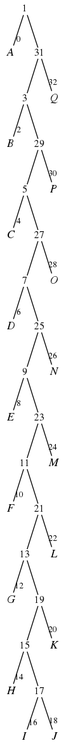
Earlier version of the Graphviz export vtree.png (hugopaquet/mcmas-sdds). Its source is kept beside it as vtree.dot. The source it was exported from:
```dot
digraph vtree {

overlap=false

n1 [label="1",fontname="Times",shape="plaintext",fontsize=12,fixedsize=true,width=.2,height=.18];
n0 [label="A",fontname="Times-Italic",fontsize=14,shape="plaintext",fixedsize=true,width=.25,height=.25];
n31 [label="31",fontname="Times",shape="plaintext",fontsize=12,fixedsize=true,width=.2,height=.18];
n3 [label="3",fontname="Times",shape="plaintext",fontsize=12,fixedsize=true,width=.2,height=.18];
n2 [label="B",fontname="Times-Italic",fontsize=14,shape="plaintext",fixedsize=true,width=.25,height=.25];
n29 [label="29",fontname="Times",shape="plaintext",fontsize=12,fixedsize=true,width=.2,height=.18];
n5 [label="5",fontname="Times",shape="plaintext",fontsize=12,fixedsize=true,width=.2,height=.18];
n4 [label="C",fontname="Times-Italic",fontsize=14,shape="plaintext",fixedsize=true,width=.25,height=.25];
n27 [label="27",fontname="Times",shape="plaintext",fontsize=12,fixedsize=true,width=.2,height=.18];
n7 [label="7",fontname="Times",shape="plaintext",fontsize=12,fixedsize=true,width=.2,height=.18];
n6 [label="D",fontname="Times-Italic",fontsize=14,shape="plaintext",fixedsize=true,width=.25,height=.25];
n25 [label="25",fontname="Times",shape="plaintext",fontsize=12,fixedsize=true,width=.2,height=.18];
n9 [label="9",fontname="Times",shape="plaintext",fontsize=12,fixedsize=true,width=.2,height=.18];
n8 [label="E",fontname="Times-Italic",fontsize=14,shape="plaintext",fixedsize=true,width=.25,height=.25];
n23 [label="23",fontname="Times",shape="plaintext",fontsize=12,fixedsize=true,width=.2,height=.18];
n11 [label="11",fontname="Times",shape="plaintext",fontsize=12,fixedsize=true,width=.2,height=.18];
n10 [label="F",fontname="Times-Italic",fontsize=14,shape="plaintext",fixedsize=true,width=.25,height=.25];
n21 [label="21",fontname="Times",shape="plaintext",fontsize=12,fixedsize=true,width=.2,height=.18];
n13 [label="13",fontname="Times",shape="plaintext",fontsize=12,fixedsize=true,width=.2,height=.18];
n12 [label="G",fontname="Times-Italic",fontsize=14,shape="plaintext",fixedsize=true,width=.25,height=.25];
n19 [label="19",fontname="Times",shape="plaintext",fontsize=12,fixedsize=true,width=.2,height=.18];
n15 [label="15",fontname="Times",shape="plaintext",fontsize=12,fixedsize=true,width=.2,height=.18];
n14 [label="H",fontname="Times-Italic",fontsize=14,shape="plaintext",fixedsize=true,width=.25,height=.25];
n17 [label="17",fontname="Times",shape="plaintext",fontsize=12,fixedsize=true,width=.2,height=.18];
n16 [label="I",fontname="Times-Italic",fontsize=14,shape="plaintext",fixedsize=true,width=.25,height=.25];
n18 [label="J",fontname="Times-Italic",fontsize=14,shape="plaintext",fixedsize=true,width=.25,height=.25];
n20 [label="K",fontname="Times-Italic",fontsize=14,shape="plaintext",fixedsize=true,width=.25,height=.25];
n22 [label="L",fontname="Times-Italic",fontsize=14,shape="plaintext",fixedsize=true,width=.25,height=.25];
n24 [label="M",fontname="Times-Italic",fontsize=14,shape="plaintext",fixedsize=true,width=.25,height=.25];
n26 [label="N",fontname="Times-Italic",fontsize=14,shape="plaintext",fixedsize=true,width=.25,height=.25];
n28 [label="O",fontname="Times-Italic",fontsize=14,shape="plaintext",fixedsize=true,width=.25,height=.25];
n30 [label="P",fontname="Times-Italic",fontsize=14,shape="plaintext",fixedsize=true,width=.25,height=.25];
n32 [label="Q",fontname="Times-Italic",fontsize=14,shape="plaintext",fixedsize=true,width=.25,height=.25];
n1->n0 [headclip=true,arrowhead=none,headlabel="0",labelfontname="Times",labelfontsize=10];
n1->n31 [arrowhead=none];
n31->n3 [arrowhead=none];
n3->n2 [headclip=true,arrowhead=none,headlabel="2",labelfontname="Times",labelfontsize=10];
n3->n29 [arrowhead=none];
n29->n5 [arrowhead=none];
n5->n4 [headclip=true,arrowhead=none,headlabel="4",labelfontname="Times",labelfontsize=10];
n5->n27 [arrowhead=none];
n27->n7 [arrowhead=none];
n7->n6 [headclip=true,arrowhead=none,headlabel="6",labelfontname="Times",labelfontsize=10];
n7->n25 [arrowhead=none];
n25->n9 [arrowhead=none];
n9->n8 [headclip=true,arrowhead=none,headlabel="8",labelfontname="Times",labelfontsize=10];
n9->n23 [arrowhead=none];
n23->n11 [arrowhead=none];
n11->n10 [headclip=true,arrowhead=none,headlabel="10",labelfontname="Times",labelfontsize=10];
n11->n21 [arrowhead=none];
n21->n13 [arrowhead=none];
n13->n12 [headclip=true,arrowhead=none,headlabel="12",labelfontname="Times",labelfontsize=10];
n13->n19 [arrowhead=none];
n19->n15 [arrowhead=none];
n15->n14 [headclip=true,arrowhead=none,headlabel="14",labelfontname="Times",labelfontsize=10];
n15->n17 [arrowhead=none];
n17->n16 [headclip=true,arrowhead=none,headlabel="16",labelfontname="Times",labelfontsize=10];
n17->n18 [headclip=true,arrowhead=none,headlabel="18",labelfontname="Times",labelfontsize=10];
n19->n20 [headclip=true,arrowhead=none,headlabel="20",labelfontname="Times",labelfontsize=10];
n21->n22 [headclip=true,arrowhead=none,headlabel="22",labelfontname="Times",labelfontsize=10];
n23->n24 [headclip=true,arrowhead=none,headlabel="24",labelfontname="Times",labelfontsize=10];
n25->n26 [headclip=true,arrowhead=none,headlabel="26",labelfontname="Times",labelfontsize=10];
n27->n28 [headclip=true,arrowhead=none,headlabel="28",labelfontname="Times",labelfontsize=10];
n29->n30 [headclip=true,arrowhead=none,headlabel="30",labelfontname="Times",labelfontsize=10];
n31->n32 [headclip=true,arrowhead=none,headlabel="32",labelfontname="Times",labelfontsize=10];


}
```
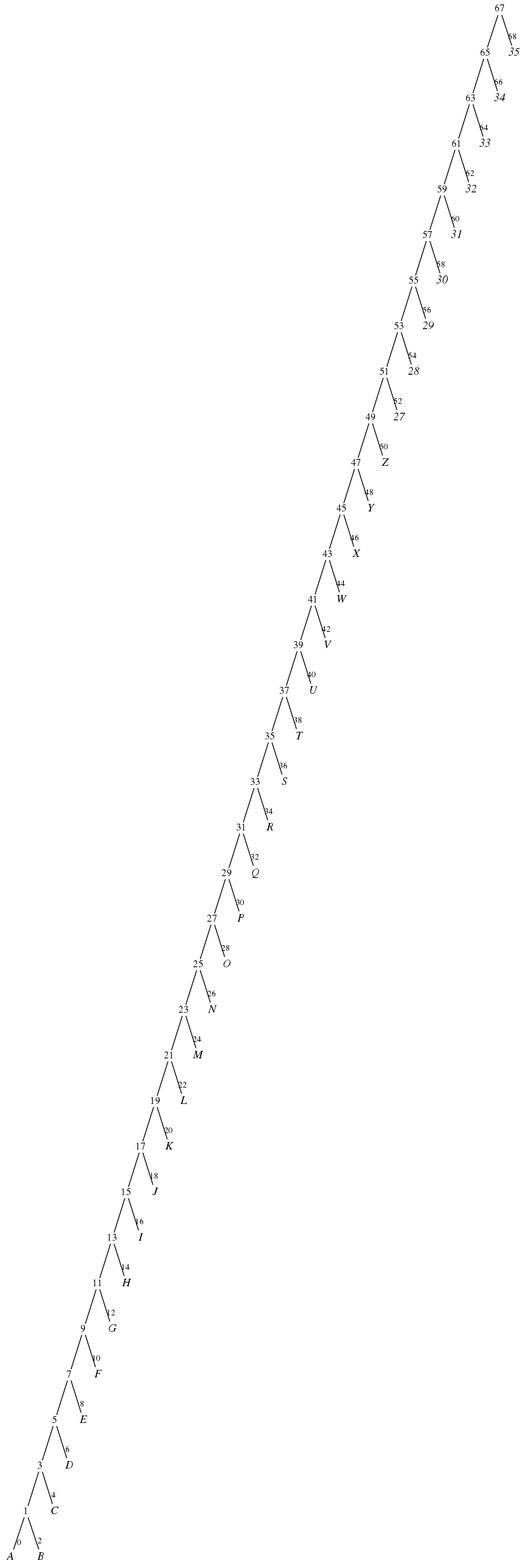
Later version of the same file.

The edit, as a diff of the source:
```diff
@@ -4,69 +4,181 @@
 
 n1 [label="1",fontname="Times",shape="plaintext",fontsize=12,fixedsize=true,width=.2,height=.18];
 n0 [label="A",fontname="Times-Italic",fontsize=14,shape="plaintext",fixedsize=true,width=.25,height=.25];
-n31 [label="31",fontname="Times",shape="plaintext",fontsize=12,fixedsize=true,width=.2,height=.18];
 n3 [label="3",fontname="Times",shape="plaintext",fontsize=12,fixedsize=true,width=.2,height=.18];
 n2 [label="B",fontname="Times-Italic",fontsize=14,shape="plaintext",fixedsize=true,width=.25,height=.25];
-n29 [label="29",fontname="Times",shape="plaintext",fontsize=12,fixedsize=true,width=.2,height=.18];
 n5 [label="5",fontname="Times",shape="plaintext",fontsize=12,fixedsize=true,width=.2,height=.18];
 n4 [label="C",fontname="Times-Italic",fontsize=14,shape="plaintext",fixedsize=true,width=.25,height=.25];
-n27 [label="27",fontname="Times",shape="plaintext",fontsize=12,fixedsize=true,width=.2,height=.18];
 n7 [label="7",fontname="Times",shape="plaintext",fontsize=12,fixedsize=true,width=.2,height=.18];
 n6 [label="D",fontname="Times-Italic",fontsize=14,shape="plaintext",fixedsize=true,width=.25,height=.25];
-n25 [label="25",fontname="Times",shape="plaintext",fontsize=12,fixedsize=true,width=.2,height=.18];
 n9 [label="9",fontname="Times",shape="plaintext",fontsize=12,fixedsize=true,width=.2,height=.18];
 n8 [label="E",fontname="Times-Italic",fontsize=14,shape="plaintext",fixedsize=true,width=.25,height=.25];
-n23 [label="23",fontname="Times",shape="plaintext",fontsize=12,fixedsize=true,width=.2,height=.18];
 n11 [label="11",fontname="Times",shape="plaintext",fontsize=12,fixedsize=true,width=.2,height=.18];
 n10 [label="F",fontname="Times-Italic",fontsize=14,shape="plaintext",fixedsize=true,width=.25,height=.25];
-n21 [label="21",fontname="Times",shape="plaintext",fontsize=12,fixedsize=true,width=.2,height=.18];
 n13 [label="13",fontname="Times",shape="plaintext",fontsize=12,fixedsize=true,width=.2,height=.18];
 n12 [label="G",fontname="Times-Italic",fontsize=14,shape="plaintext",fixedsize=true,width=.25,height=.25];
-n19 [label="19",fontname="Times",shape="plaintext",fontsize=12,fixedsize=true,width=.2,height=.18];
 n15 [label="15",fontname="Times",shape="plaintext",fontsize=12,fixedsize=true,width=.2,height=.18];
 n14 [label="H",fontname="Times-Italic",fontsize=14,shape="plaintext",fixedsize=true,width=.25,height=.25];
 n17 [label="17",fontname="Times",shape="plaintext",fontsize=12,fixedsize=true,width=.2,height=.18];
 n16 [label="I",fontname="Times-Italic",fontsize=14,shape="plaintext",fixedsize=true,width=.25,height=.25];
+n19 [label="19",fontname="Times",shape="plaintext",fontsize=12,fixedsize=true,width=.2,height=.18];
 n18 [label="J",fontname="Times-Italic",fontsize=14,shape="plaintext",fixedsize=true,width=.25,height=.25];
+n21 [label="21",fontname="Times",shape="plaintext",fontsize=12,fixedsize=true,width=.2,height=.18];
 n20 [label="K",fontname="Times-Italic",fontsize=14,shape="plaintext",fixedsize=true,width=.25,height=.25];
+n23 [label="23",fontname="Times",shape="plaintext",fontsize=12,fixedsize=true,width=.2,height=.18];
 n22 [label="L",fontname="Times-Italic",fontsize=14,shape="plaintext",fixedsize=true,width=.25,height=.25];
+n25 [label="25",fontname="Times",shape="plaintext",fontsize=12,fixedsize=true,width=.2,height=.18];
 n24 [label="M",fontname="Times-Italic",fontsize=14,shape="plaintext",fixedsize=true,width=.25,height=.25];
+n27 [label="27",fontname="Times",shape="plaintext",fontsize=12,fixedsize=true,width=.2,height=.18];
 n26 [label="N",fontname="Times-Italic",fontsize=14,shape="plaintext",fixedsize=true,width=.25,height=.25];
+n29 [label="29",fontname="Times",shape="plaintext",fontsize=12,fixedsize=true,width=.2,height=.18];
 n28 [label="O",fontname="Times-Italic",fontsize=14,shape="plaintext",fixedsize=true,width=.25,height=.25];
+n31 [label="31",fontname="Times",shape="plaintext",fontsize=12,fixedsize=true,width=.2,height=.18];
 n30 [label="P",fontname="Times-Italic",fontsize=14,shape="plaintext",fixedsize=true,width=.25,height=.25];
+n33 [label="33",fontname="Times",shape="plaintext",fontsize=12,fixedsize=true,width=.2,height=.18];
 n32 [label="Q",fontname="Times-Italic",fontsize=14,shape="plaintext",fixedsize=true,width=.25,height=.25];
+n35 [label="35",fontname="Times",shape="plaintext",fontsize=12,fixedsize=true,width=.2,height=.18];
+n34 [label="R",fontname="Times-Italic",fontsize=14,shape="plaintext",fixedsize=true,width=.25,height=.25];
+n37 [label="37",fontname="Times",shape="plaintext",fontsize=12,fixedsize=true,width=.2,height=.18];
+n36 [label="S",fontname="Times-Italic",fontsize=14,shape="plaintext",fixedsize=true,width=.25,height=.25];
+n39 [label="39",fontname="Times",shape="plaintext",fontsize=12,fixedsize=true,width=.2,height=.18];
+n38 [label="T",fontname="Times-Italic",fontsize=14,shape="plaintext",fixedsize=true,width=.25,height=.25];
+n41 [label="41",fontname="Times",shape="plaintext",fontsize=12,fixedsize=true,width=.2,height=.18];
+n40 [label="U",fontname="Times-Italic",fontsize=14,shape="plaintext",fixedsize=true,width=.25,height=.25];
+n43 [label="43",fontname="Times",shape="plaintext",fontsize=12,fixedsize=true,width=.2,height=.18];
+n42 [label="V",fontname="Times-Italic",fontsize=14,shape="plaintext",fixedsize=true,width=.25,height=.25];
+n45 [label="45",fontname="Times",shape="plaintext",fontsize=12,fixedsize=true,width=.2,height=.18];
+n44 [label="W",fontname="Times-Italic",fontsize=14,shape="plaintext",fixedsize=true,width=.25,height=.25];
+n47 [label="47",fontname="Times",shape="plaintext",fontsize=12,fixedsize=true,width=.2,height=.18];
+n46 [label="X",fontname="Times-Italic",fontsize=14,shape="plaintext",fixedsize=true,width=.25,height=.25];
+n49 [label="49",fontname="Times",shape="plaintext",fontsize=12,fixedsize=true,width=.2,height=.18];
+n48 [label="Y",fontname="Times-Italic",fontsize=14,shape="plaintext",fixedsize=true,width=.25,height=.25];
+n51 [label="51",fontname="Times",shape="plaintext",fontsize=12,fixedsize=true,width=.2,height=.18];
+n50 [label="Z",fontname="Times-Italic",fontsize=14,shape="plaintext",fixedsize=true,width=.25,height=.25];
+n53 [label="53",fontname="Times",shape="plaintext",fontsize=12,fixedsize=true,width=.2,height=.18];
+n52 [label="27",fontname="Times-Italic",fontsize=14,shape="plaintext",fixedsize=true,width=.25,height=.25];
+n55 [label="55",fontname="Times",shape="plaintext",fontsize=12,fixedsize=true,width=.2,height=.18];
+n54 [label="28",fontname="Times-Italic",fontsize=14,shape="plaintext",fixedsize=true,width=.25,height=.25];
+n57 [label="57",fontname="Times",shape="plaintext",fontsize=12,fixedsize=true,width=.2,height=.18];
+n56 [label="29",fontname="Times-Italic",fontsize=14,shape="plaintext",fixedsize=true,width=.25,height=.25];
+n59 [label="59",fontname="Times",shape="plaintext",fontsize=12,fixedsize=true,width=.2,height=.18];
+n58 [label="30",fontname="Times-Italic",fontsize=14,shape="plaintext",fixedsize=true,width=.25,height=.25];
+n61 [label="61",fontname="Times",shape="plaintext",fontsize=12,fixedsize=true,width=.2,height=.18];
+n60 [label="31",fontname="Times-Italic",fontsize=14,shape="plaintext",fixedsize=true,width=.25,height=.25];
+n63 [label="63",fontname="Times",shape="plaintext",fontsize=12,fixedsize=true,width=.2,height=.18];
+n62 [label="32",fontname="Times-Italic",fontsize=14,shape="plaintext",fixedsize=true,width=.25,height=.25];
+n65 [label="65",fontname="Times",shape="plaintext",fontsize=12,fixedsize=true,width=.2,height=.18];
+n64 [label="33",fontname="Times-Italic",fontsize=14,shape="plaintext",fixedsize=true,width=.25,height=.25];
+n67 [label="67",fontname="Times",shape="plaintext",fontsize=12,fixedsize=true,width=.2,height=.18];
+n66 [label="34",fontname="Times-Italic",fontsize=14,shape="plaintext",fixedsize=true,width=.25,height=.25];
+n69 [label="69",fontname="Times",shape="plaintext",fontsize=12,fixedsize=true,width=.2,height=.18];
+n68 [label="35",fontname="Times-Italic",fontsize=14,shape="plaintext",fixedsize=true,width=.25,height=.25];
+n71 [label="71",fontname="Times",shape="plaintext",fontsize=12,fixedsize=true,width=.2,height=.18];
+n70 [label="36",fontname="Times-Italic",fontsize=14,shape="plaintext",fixedsize=true,width=.25,height=.25];
+n73 [label="73",fontname="Times",shape="plaintext",fontsize=12,fixedsize=true,width=.2,height=.18];
+n72 [label="37",fontname="Times-Italic",fontsize=14,shape="plaintext",fixedsize=true,width=.25,height=.25];
+n75 [label="75",fontname="Times",shape="plaintext",fontsize=12,fixedsize=true,width=.2,height=.18];
+n74 [label="38",fontname="Times-Italic",fontsize=14,shape="plaintext",fixedsize=true,width=.25,height=.25];
+n77 [label="77",fontname="Times",shape="plaintext",fontsize=12,fixedsize=true,width=.2,height=.18];
+n76 [label="39",fontname="Times-Italic",fontsize=14,shape="plaintext",fixedsize=true,width=.25,height=.25];
+n79 [label="79",fontname="Times",shape="plaintext",fontsize=12,fixedsize=true,width=.2,height=.18];
+n78 [label="40",fontname="Times-Italic",fontsize=14,shape="plaintext",fixedsize=true,width=.25,height=.25];
+n81 [label="81",fontname="Times",shape="plaintext",fontsize=12,fixedsize=true,width=.2,height=.18];
+n80 [label="41",fontname="Times-Italic",fontsize=14,shape="plaintext",fixedsize=true,width=.25,height=.25];
+n83 [label="83",fontname="Times",shape="plaintext",fontsize=12,fixedsize=true,width=.2,height=.18];
+n82 [label="42",fontname="Times-Italic",fontsize=14,shape="plaintext",fixedsize=true,width=.25,height=.25];
+n85 [label="85",fontname="Times",shape="plaintext",fontsize=12,fixedsize=true,width=.2,height=.18];
+n84 [label="43",fontname="Times-Italic",fontsize=14,shape="plaintext",fixedsize=true,width=.25,height=.25];
+n87 [label="87",fontname="Times",shape="plaintext",fontsize=12,fixedsize=true,width=.2,height=.18];
+n86 [label="44",fontname="Times-Italic",fontsize=14,shape="plaintext",fixedsize=true,width=.25,height=.25];
+n88 [label="45",fontname="Times-Italic",fontsize=14,shape="plaintext",fixedsize=true,width=.25,height=.25];
 n1->n0 [headclip=true,arrowhead=none,headlabel="0",labelfontname="Times",labelfontsize=10];
-n1->n31 [arrowhead=none];
-n31->n3 [arrowhead=none];
+n1->n3 [arrowhead=none];
 n3->n2 [headclip=true,arrowhead=none,headlabel="2",labelfontname="Times",labelfontsize=10];
-n3->n29 [arrowhead=none];
-n29->n5 [arrowhead=none];
+n3->n5 [arrowhead=none];
 n5->n4 [headclip=true,arrowhead=none,headlabel="4",labelfontname="Times",labelfontsize=10];
-n5->n27 [arrowhead=none];
-n27->n7 [arrowhead=none];
+n5->n7 [arrowhead=none];
 n7->n6 [headclip=true,arrowhead=none,headlabel="6",labelfontname="Times",labelfontsize=10];
-n7->n25 [arrowhead=none];
-n25->n9 [arrowhead=none];
+n7->n9 [arrowhead=none];
 n9->n8 [headclip=true,arrowhead=none,headlabel="8",labelfontname="Times",labelfontsize=10];
-n9->n23 [arrowhead=none];
-n23->n11 [arrowhead=none];
+n9->n11 [arrowhead=none];
 n11->n10 [headclip=true,arrowhead=none,headlabel="10",labelfontname="Times",labelfontsize=10];
-n11->n21 [arrowhead=none];
-n21->n13 [arrowhead=none];
+n11->n13 [arrowhead=none];
 n13->n12 [headclip=true,arrowhead=none,headlabel="12",labelfontname="Times",labelfontsize=10];
-n13->n19 [arrowhead=none];
-n19->n15 [arrowhead=none];
+n13->n15 [arrowhead=none];
 n15->n14 [headclip=true,arrowhead=none,headlabel="14",labelfontname="Times",labelfontsize=10];
 n15->n17 [arrowhead=none];
 n17->n16 [headclip=true,arrowhead=none,headlabel="16",labelfontname="Times",labelfontsize=10];
-n17->n18 [headclip=true,arrowhead=none,headlabel="18",labelfontname="Times",labelfontsize=10];
-n19->n20 [headclip=true,arrowhead=none,headlabel="20",labelfontname="Times",labelfontsize=10];
-n21->n22 [headclip=true,arrowhead=none,headlabel="22",labelfontname="Times",labelfontsize=10];
-n23->n24 [headclip=true,arrowhead=none,headlabel="24",labelfontname="Times",labelfontsize=10];
-n25->n26 [headclip=true,arrowhead=none,headlabel="26",labelfontname="Times",labelfontsize=10];
-n27->n28 [headclip=true,arrowhead=none,headlabel="28",labelfontname="Times",labelfontsize=10];
-n29->n30 [headclip=true,arrowhead=none,headlabel="30",labelfontname="Times",labelfontsize=10];
-n31->n32 [headclip=true,arrowhead=none,headlabel="32",labelfontname="Times",labelfontsize=10];
+n17->n19 [arrowhead=none];
+n19->n18 [headclip=true,arrowhead=none,headlabel="18",labelfontname="Times",labelfontsize=10];
+n19->n21 [arrowhead=none];
+n21->n20 [headclip=true,arrowhead=none,headlabel="20",labelfontname="Times",labelfontsize=10];
+n21->n23 [arrowhead=none];
+n23->n22 [headclip=true,arrowhead=none,headlabel="22",labelfontname="Times",labelfontsize=10];
+n23->n25 [arrowhead=none];
+n25->n24 [headclip=true,arrowhead=none,headlabel="24",labelfontname="Times",labelfontsize=10];
+n25->n27 [arrowhead=none];
+n27->n26 [headclip=true,arrowhead=none,headlabel="26",labelfontname="Times",labelfontsize=10];
+n27->n29 [arrowhead=none];
+n29->n28 [headclip=true,arrowhead=none,headlabel="28",labelfontname="Times",labelfontsize=10];
+n29->n31 [arrowhead=none];
+n31->n30 [headclip=true,arrowhead=none,headlabel="30",labelfontname="Times",labelfontsize=10];
+n31->n33 [arrowhead=none];
+n33->n32 [headclip=true,arrowhead=none,headlabel="32",labelfontname="Times",labelfontsize=10];
+n33->n35 [arrowhead=none];
+n35->n34 [headclip=true,arrowhead=none,headlabel="34",labelfontname="Times",labelfontsize=10];
+n35->n37 [arrowhead=none];
+n37->n36 [headclip=true,arrowhead=none,headlabel="36",labelfontname="Times",labelfontsize=10];
+n37->n39 [arrowhead=none];
+n39->n38 [headclip=true,arrowhead=none,headlabel="38",labelfontname="Times",labelfontsize=10];
+n39->n41 [arrowhead=none];
+n41->n40 [headclip=true,arrowhead=none,headlabel="40",labelfontname="Times",labelfontsize=10];
+n41->n43 [arrowhead=none];
+n43->n42 [headclip=true,arrowhead=none,headlabel="42",labelfontname="Times",labelfontsize=10];
+n43->n45 [arrowhead=none];
+n45->n44 [headclip=true,arrowhead=none,headlabel="44",labelfontname="Times",labelfontsize=10];
+n45->n47 [arrowhead=none];
+n47->n46 [headclip=true,arrowhead=none,headlabel="46",labelfontname="Times",labelfontsize=10];
+n47->n49 [arrowhead=none];
+n49->n48 [headclip=true,arrowhead=none,headlabel="48",labelfontname="Times",labelfontsize=10];
+n49->n51 [arrowhead=none];
+n51->n50 [headclip=true,arrowhead=none,headlabel="50",labelfontname="Times",labelfontsize=10];
+n51->n53 [arrowhead=none];
+n53->n52 [headclip=true,arrowhead=none,headlabel="52",labelfontname="Times",labelfontsize=10];
+n53->n55 [arrowhead=none];
+n55->n54 [headclip=true,arrowhead=none,headlabel="54",labelfontname="Times",labelfontsize=10];
+n55->n57 [arrowhead=none];
+n57->n56 [headclip=true,arrowhead=none,headlabel="56",labelfontname="Times",labelfontsize=10];
+n57->n59 [arrowhead=none];
+n59->n58 [headclip=true,arrowhead=none,headlabel="58",labelfontname="Times",labelfontsize=10];
+n59->n61 [arrowhead=none];
+n61->n60 [headclip=true,arrowhead=none,headlabel="60",labelfontname="Times",labelfontsize=10];
+n61->n63 [arrowhead=none];
+n63->n62 [headclip=true,arrowhead=none,headlabel="62",labelfontname="Times",labelfontsize=10];
+n63->n65 [arrowhead=none];
+n65->n64 [headclip=true,arrowhead=none,headlabel="64",labelfontname="Times",labelfontsize=10];
+n65->n67 [arrowhead=none];
+n67->n66 [headclip=true,arrowhead=none,headlabel="66",labelfontname="Times",labelfontsize=10];
+n67->n69 [arrowhead=none];
+n69->n68 [headclip=true,arrowhead=none,headlabel="68",labelfontname="Times",labelfontsize=10];
+n69->n71 [arrowhead=none];
+n71->n70 [headclip=true,arrowhead=none,headlabel="70",labelfontname="Times",labelfontsize=10];
+n71->n73 [arrowhead=none];
+n73->n72 [headclip=true,arrowhead=none,headlabel="72",labelfontname="Times",labelfontsize=10];
+n73->n75 [arrowhead=none];
+n75->n74 [headclip=true,arrowhead=none,headlabel="74",labelfontname="Times",labelfontsize=10];
+n75->n77 [arrowhead=none];
+n77->n76 [headclip=true,arrowhead=none,headlabel="76",labelfontname="Times",labelfontsize=10];
+n77->n79 [arrowhead=none];
+n79->n78 [headclip=true,arrowhead=none,headlabel="78",labelfontname="Times",labelfontsize=10];
+n79->n81 [arrowhead=none];
+n81->n80 [headclip=true,arrowhead=none,headlabel="80",labelfontname="Times",labelfontsize=10];
+n81->n83 [arrowhead=none];
+n83->n82 [headclip=true,arrowhead=none,headlabel="82",labelfontname="Times",labelfontsize=10];
+n83->n85 [arrowhead=none];
+n85->n84 [headclip=true,arrowhead=none,headlabel="84",labelfontname="Times",labelfontsize=10];
+n85->n87 [arrowhead=none];
+n87->n86 [headclip=true,arrowhead=none,headlabel="86",labelfontname="Times",labelfontsize=10];
+n87->n88 [headclip=true,arrowhead=none,headlabel="88",labelfontname="Times",labelfontsize=10];
 
 
 }
```
